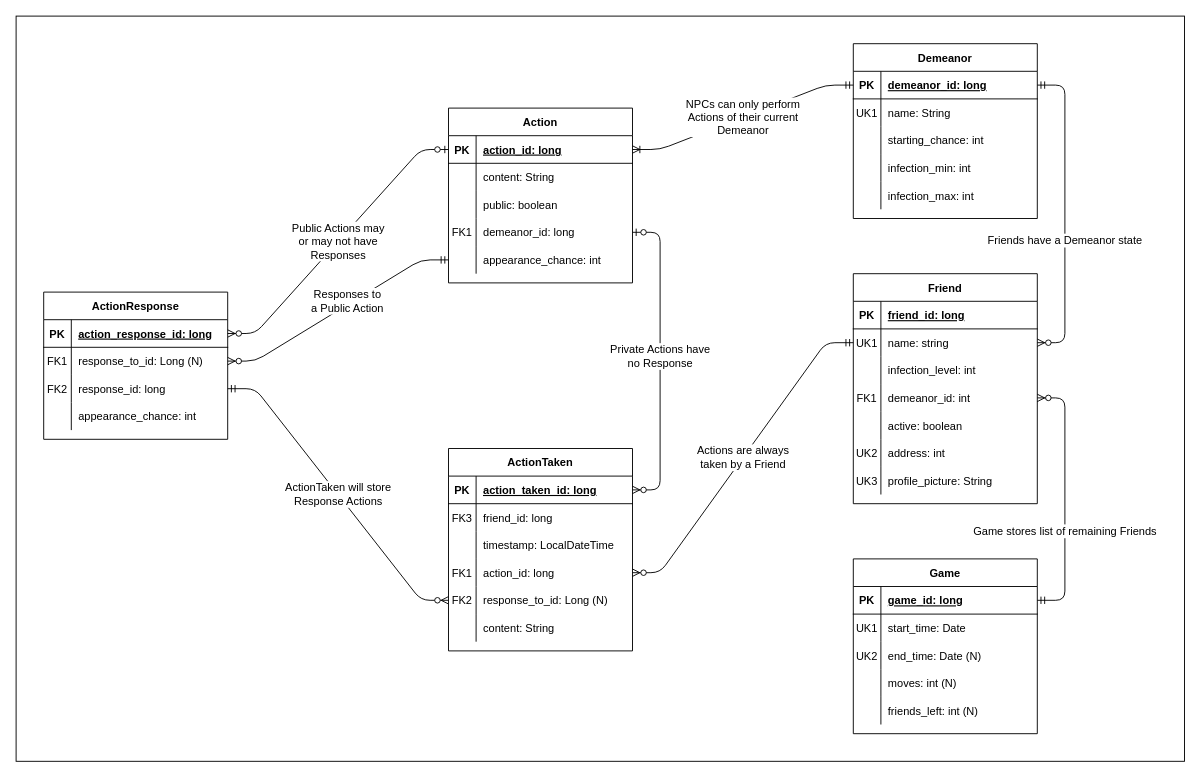
This is docs/work/erd.drawio from AugmenTab/viral, a draw.io file, before an edit. Source tidied: cells renumbered, new cells numbered last; positions are measured from the earlier drawing's top-left corner, leaving out a move shared by most shapes. Both pictures are drawn from the tidied source at 92%, with x=0, y=0 at pixel (16, 16).
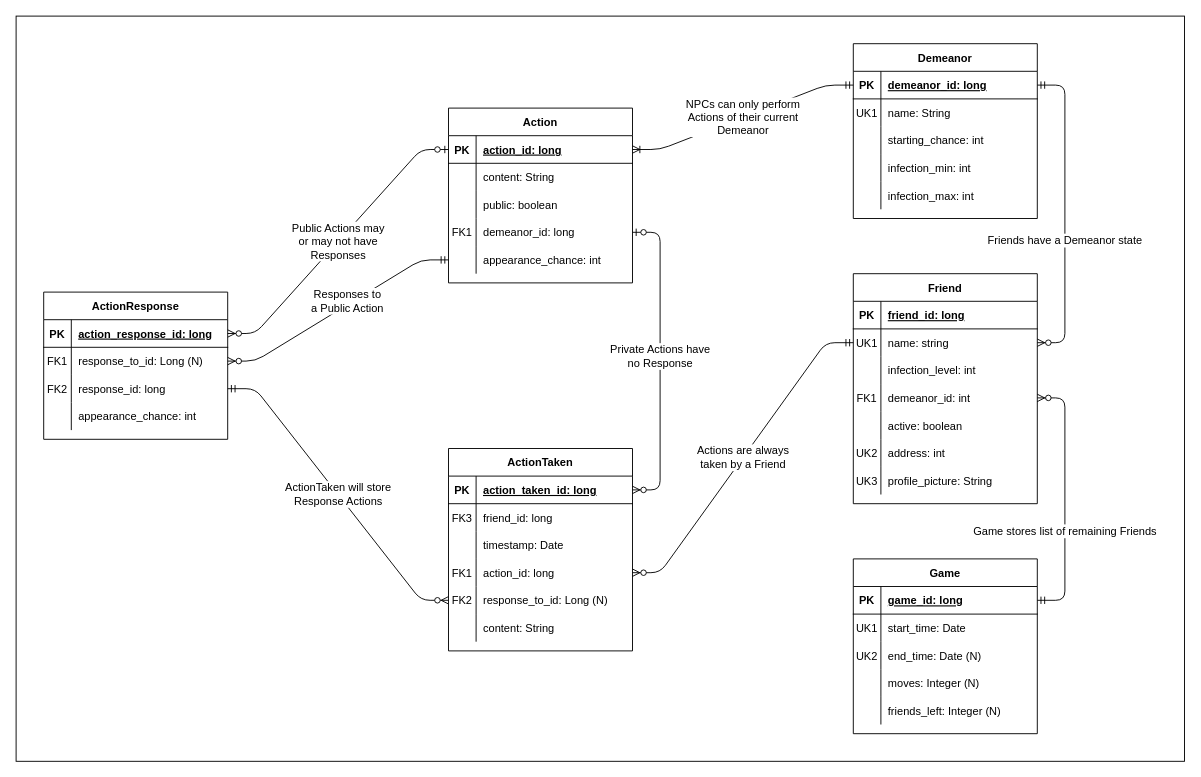
The same diagram, later.

Commit message (it also covers changes not shown here):
Fixed attribute type errors in ERD.

Unchanged cells that the change refers to:
```xml
<mxCell id="53" style="shape=partialRectangle;fillColor=none;top=0;left=0;bottom=0;right=0;" parent="43" vertex="1">
  <mxGeometry y="120" width="200" height="30" as="geometry" />
</mxCell>
<mxCell id="56" style="shape=partialRectangle;fillColor=none;top=0;left=0;bottom=0;right=0;" parent="43" vertex="1">
  <mxGeometry y="150" width="200" height="30" as="geometry" />
</mxCell>
<mxCell id="66" style="shape=partialRectangle;fillColor=none;top=0;left=0;bottom=0;right=0;" parent="59" vertex="1">
  <mxGeometry y="90" width="200" height="30" as="geometry" />
</mxCell>
```

Diff of the diagram source:
```diff
@@
-    <mxCell id="55" value="moves: int (N)" style="shape=partialRectangle;fillColor=none;top=0;left=0;bottom=0;right=0;align=left;spacingLeft=6;overflow=hidden;" parent="53" vertex="1">
+    <mxCell id="55" value="moves: Integer (N)" style="shape=partialRectangle;fillColor=none;top=0;left=0;bottom=0;right=0;align=left;spacingLeft=6;overflow=hidden;" parent="53" vertex="1">
       <mxGeometry x="30" width="170" height="30" as="geometry" />
     </mxCell>
@@
-    <mxCell id="58" value="friends_left: int (N)" style="shape=partialRectangle;fillColor=none;top=0;left=0;bottom=0;right=0;align=left;spacingLeft=6;overflow=hidden;" parent="56" vertex="1">
+    <mxCell id="58" value="friends_left: Integer (N)" style="shape=partialRectangle;fillColor=none;top=0;left=0;bottom=0;right=0;align=left;spacingLeft=6;overflow=hidden;" parent="56" vertex="1">
       <mxGeometry x="30" width="170" height="30" as="geometry" />
     </mxCell>
@@
-    <mxCell id="68" value="timestamp: LocalDateTime" style="shape=partialRectangle;fillColor=none;top=0;left=0;bottom=0;right=0;align=left;spacingLeft=6;overflow=hidden;" parent="66" vertex="1">
+    <mxCell id="68" value="timestamp: Date" style="shape=partialRectangle;fillColor=none;top=0;left=0;bottom=0;right=0;align=left;spacingLeft=6;overflow=hidden;" parent="66" vertex="1">
       <mxGeometry x="30" width="170" height="30" as="geometry" />
     </mxCell>
```
